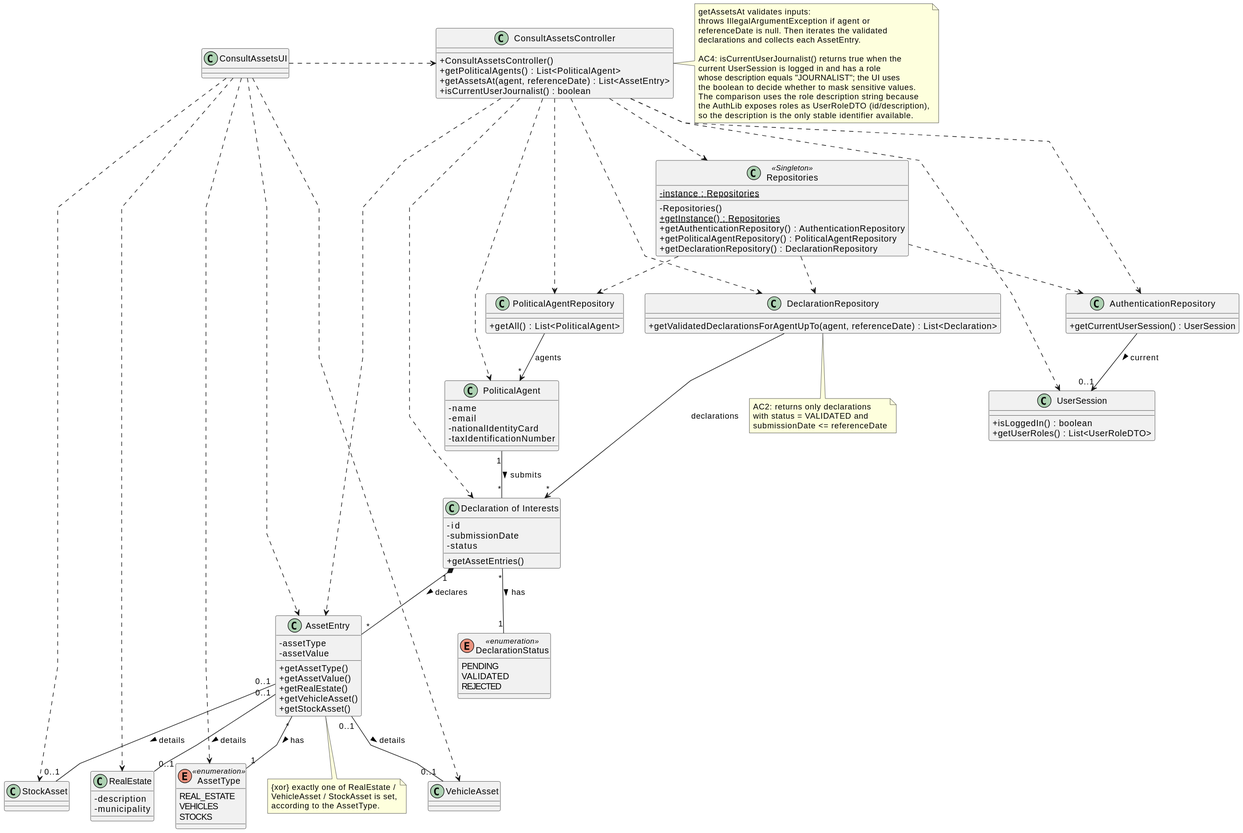
Before: docs/system-documentation/US11/03.design/svg/US11-CD.svg, a diagram exported from PlantUML (brunodspinto/crystal-clear-platform).
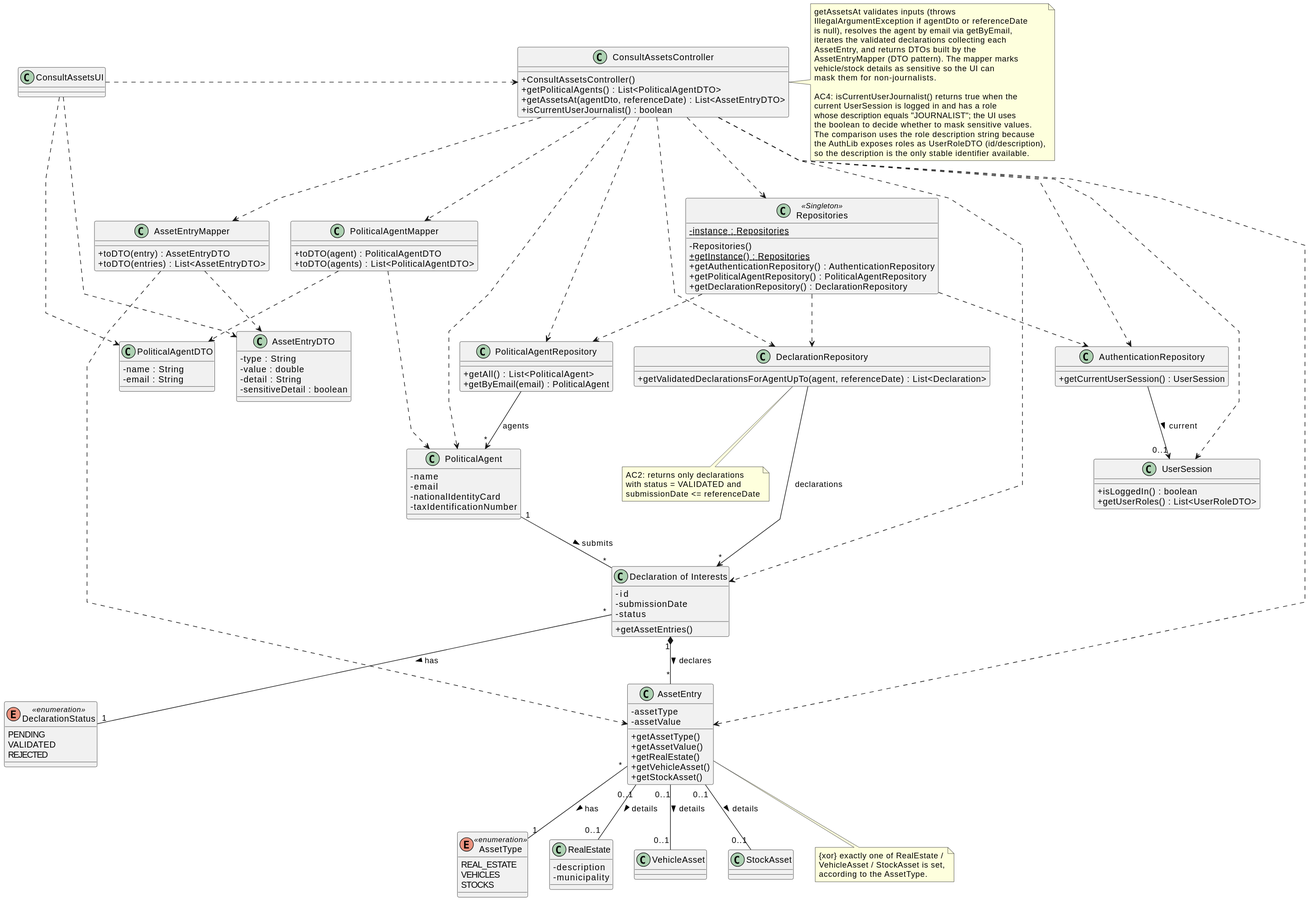
After the change.

Change to the diagram source:
```diff
@@ -9,9 +9,31 @@
 
 class ConsultAssetsController {
     + ConsultAssetsController()
-    + getPoliticalAgents() : List<PoliticalAgent>
-    + getAssetsAt(agent, referenceDate) : List<AssetEntry>
+    + getPoliticalAgents() : List<PoliticalAgentDTO>
+    + getAssetsAt(agentDto, referenceDate) : List<AssetEntryDTO>
     + isCurrentUserJournalist() : boolean
+}
+
+class PoliticalAgentDTO {
+    - name : String
+    - email : String
+}
+
+class AssetEntryDTO {
+    - type : String
+    - value : double
+    - detail : String
+    - sensitiveDetail : boolean
+}
+
+class PoliticalAgentMapper {
+    + toDTO(agent) : PoliticalAgentDTO
+    + toDTO(agents) : List<PoliticalAgentDTO>
+}
+
+class AssetEntryMapper {
+    + toDTO(entry) : AssetEntryDTO
+    + toDTO(entries) : List<AssetEntryDTO>
 }
 
 class Repositories <<Singleton>> {
@@ -34,6 +56,7 @@
 
 class PoliticalAgentRepository {
     + getAll() : List<PoliticalAgent>
+    + getByEmail(email) : PoliticalAgent
 }
 
 class DeclarationRepository {
@@ -88,11 +111,15 @@
 }
 
 ConsultAssetsUI .> ConsultAssetsController
-ConsultAssetsUI ..> AssetEntry
-ConsultAssetsUI ..> RealEstate
-ConsultAssetsUI ..> VehicleAsset
-ConsultAssetsUI ..> StockAsset
-ConsultAssetsUI ..> AssetType
+ConsultAssetsUI ..> PoliticalAgentDTO
+ConsultAssetsUI ..> AssetEntryDTO
+
+ConsultAssetsController ..> PoliticalAgentMapper
+ConsultAssetsController ..> AssetEntryMapper
+PoliticalAgentMapper ..> PoliticalAgent
+PoliticalAgentMapper ..> PoliticalAgentDTO
+AssetEntryMapper ..> AssetEntry
+AssetEntryMapper ..> AssetEntryDTO
 
 ConsultAssetsController ..> Repositories
 Repositories ..> AuthenticationRepository
@@ -125,10 +152,14 @@
 end note
 
 note right of ConsultAssetsController
-    getAssetsAt validates inputs:
-    throws IllegalArgumentException if agent or
-    referenceDate is null. Then iterates the validated
-    declarations and collects each AssetEntry.
+    getAssetsAt validates inputs (throws
+    IllegalArgumentException if agentDto or referenceDate
+    is null), resolves the agent by email via getByEmail,
+    iterates the validated declarations collecting each
+    AssetEntry, and returns DTOs built by the
+    AssetEntryMapper (DTO pattern). The mapper marks
+    vehicle/stock details as sensitive so the UI can
+    mask them for non-journalists.
 
     AC4: isCurrentUserJournalist() returns true when the
     current UserSession is logged in and has a role
```
